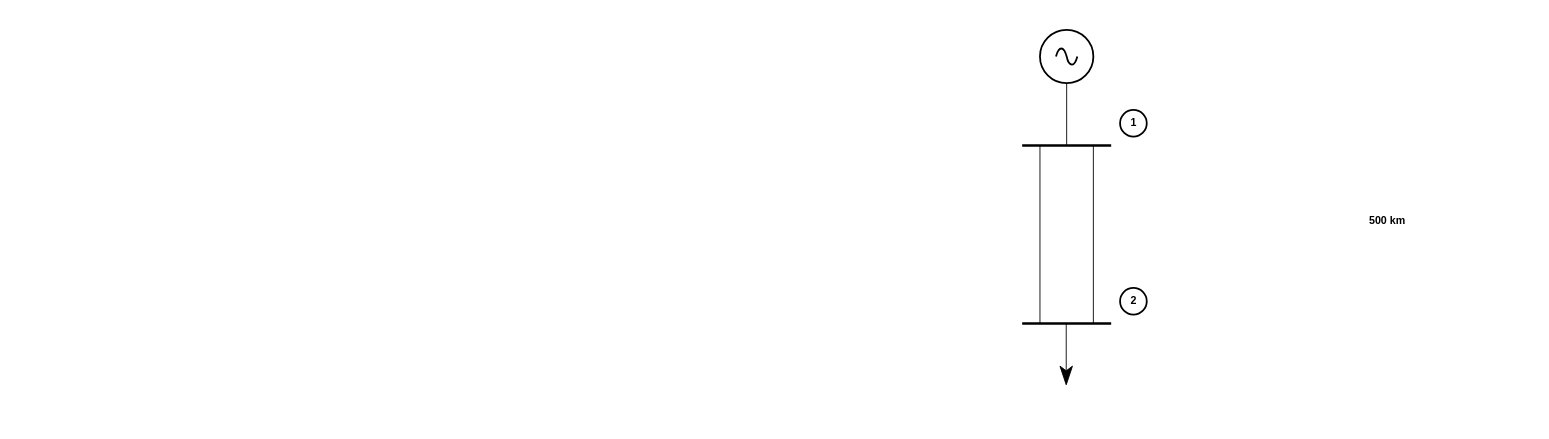
Above: Diagrama sin título.drawio in ALANRODRIGUEZA/G4A_SEP1-A_S12024 (draw.io), before the change. Source tidied: cells renumbered, new cells numbered last; positions are measured from the earlier drawing's top-left corner, leaving out a move shared by most shapes. Both pictures are drawn from the tidied source at 89%, with x=0, y=0 at pixel (1022, 29).
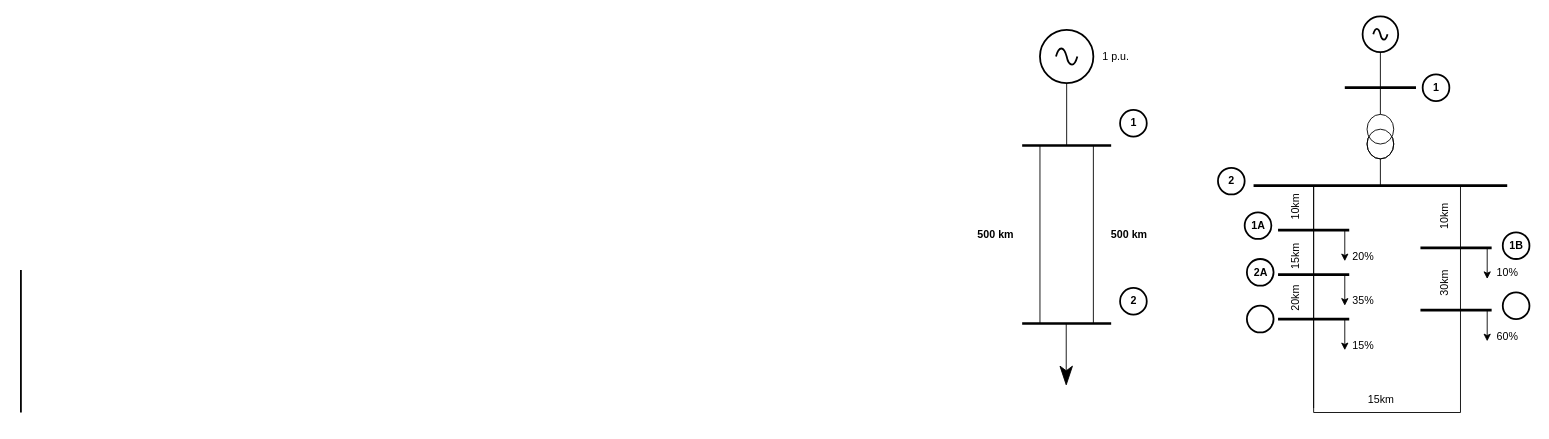
After the change.

Change to the diagram source:
```diff
@@
     <mxCell id="12" value="&lt;b&gt;500 km&lt;/b&gt;" style="text;html=1;align=center;verticalAlign=middle;strokeColor=none;fillColor=none;" parent="1" vertex="1">
-      <mxGeometry x="380" y="200" width="60" height="30" as="geometry" />
+      <mxGeometry x="90" y="215" width="60" height="30" as="geometry" />
     </mxCell>
+    <mxCell id="13" value="&lt;b&gt;500 km&lt;/b&gt;" style="text;html=1;align=center;verticalAlign=middle;strokeColor=none;fillColor=none;" parent="1" vertex="1">
+      <mxGeometry x="-60" y="215" width="60" height="30" as="geometry" />
+    </mxCell>
+    <mxCell id="14" value="1 p.u." style="text;html=1;align=center;verticalAlign=middle;strokeColor=none;fillColor=none;" parent="1" vertex="1">
+      <mxGeometry x="80" y="15" width="50" height="30" as="geometry" />
+    </mxCell>
+    <mxCell id="15" style="verticalLabelPosition=bottom;shadow=0;dashed=0;align=center;html=1;verticalAlign=top;shape=mxgraph.electrical.signal_sources.source;elSignalType=ac;strokeWidth=2;" parent="1" vertex="1">
+      <mxGeometry x="382.5" y="-15" width="40" height="40" as="geometry" />
+    </mxCell>
+    <mxCell id="16" style="endArrow=none;html=1;strokeWidth=3;rounded=0;curved=0;" parent="1" edge="1">
+      <mxGeometry relative="1" as="geometry">
+        <mxPoint x="260" y="175" as="sourcePoint" />
+        <mxPoint x="545" y="175" as="targetPoint" />
+        <Array as="points">
+          <mxPoint x="395" y="175" />
+        </Array>
+      </mxGeometry>
+    </mxCell>
+    <mxCell id="17" style="endArrow=none;html=1;strokeWidth=3;rounded=0;" parent="1" edge="1">
+      <mxGeometry relative="1" as="geometry">
+        <mxPoint x="287.5" y="225" as="sourcePoint" />
+        <mxPoint x="367.5" y="225" as="targetPoint" />
+      </mxGeometry>
+    </mxCell>
+    <mxCell id="18" style="endArrow=none;html=1;strokeWidth=3;rounded=0;" parent="1" edge="1">
+      <mxGeometry relative="1" as="geometry">
+        <mxPoint x="447.5" y="245" as="sourcePoint" />
+        <mxPoint x="527.5" y="245" as="targetPoint" />
+      </mxGeometry>
+    </mxCell>
+    <mxCell id="19" style="endArrow=none;html=1;strokeWidth=3;rounded=0;" parent="1" edge="1">
+      <mxGeometry relative="1" as="geometry">
+        <mxPoint x="362.5" y="65" as="sourcePoint" />
+        <mxPoint x="442.5" y="65" as="targetPoint" />
+      </mxGeometry>
+    </mxCell>
+    <mxCell id="20" style="endArrow=none;html=1;strokeWidth=3;rounded=0;" parent="1" edge="1">
+      <mxGeometry relative="1" as="geometry">
+        <mxPoint x="447.5" y="315" as="sourcePoint" />
+        <mxPoint x="527.5" y="315" as="targetPoint" />
+      </mxGeometry>
+    </mxCell>
+    <mxCell id="21" style="endArrow=none;html=1;strokeWidth=3;rounded=0;" parent="1" edge="1">
+      <mxGeometry relative="1" as="geometry">
+        <mxPoint x="287.5" y="325" as="sourcePoint" />
+        <mxPoint x="367.5" y="325" as="targetPoint" />
+      </mxGeometry>
+    </mxCell>
+    <mxCell id="22" style="endArrow=none;html=1;strokeWidth=3;rounded=0;" parent="1" edge="1">
+      <mxGeometry relative="1" as="geometry">
+        <mxPoint x="287.5" y="275" as="sourcePoint" />
+        <mxPoint x="367.5" y="275" as="targetPoint" />
+      </mxGeometry>
+    </mxCell>
+    <mxCell id="23" style="line;strokeWidth=1;direction=south;html=1;" parent="1" vertex="1">
+      <mxGeometry x="397.5" y="25" width="10" height="40" as="geometry" />
+    </mxCell>
+    <mxCell id="24" style="verticalLabelPosition=bottom;shadow=0;dashed=0;align=center;html=1;verticalAlign=top;shape=mxgraph.electrical.signal_sources.current_source;" parent="1" vertex="1">
+      <mxGeometry x="387.5" y="95" width="30" height="50" as="geometry" />
+    </mxCell>
+    <mxCell id="25" style="line;strokeWidth=1;direction=south;html=1;" parent="1" vertex="1">
+      <mxGeometry x="397.5" y="65" width="10" height="30" as="geometry" />
+    </mxCell>
+    <mxCell id="26" style="line;strokeWidth=1;direction=south;html=1;" parent="1" vertex="1">
+      <mxGeometry x="397.5" y="145" width="10" height="30" as="geometry" />
+    </mxCell>
+    <mxCell id="27" style="line;strokeWidth=1;direction=south;html=1;" parent="1" vertex="1">
+      <mxGeometry x="322.5" y="175" width="10" height="50" as="geometry" />
+    </mxCell>
+    <mxCell id="28" style="line;strokeWidth=1;direction=south;html=1;" parent="1" vertex="1">
+      <mxGeometry x="322.5" y="225" width="10" height="50" as="geometry" />
+    </mxCell>
+    <mxCell id="29" style="line;strokeWidth=1;direction=south;html=1;" parent="1" vertex="1">
+      <mxGeometry x="322.5" y="275" width="10" height="50" as="geometry" />
+    </mxCell>
+    <mxCell id="30" style="edgeStyle=none;orthogonalLoop=1;jettySize=auto;html=1;rounded=0;" parent="1" edge="1">
+      <mxGeometry relative="1" as="geometry">
+        <mxPoint x="362.5" y="225" as="sourcePoint" />
+        <mxPoint x="362.5" y="260" as="targetPoint" />
+      </mxGeometry>
+    </mxCell>
+    <mxCell id="31" style="edgeStyle=none;orthogonalLoop=1;jettySize=auto;html=1;rounded=0;" parent="1" edge="1">
+      <mxGeometry relative="1" as="geometry">
+        <mxPoint x="362.5" y="275" as="sourcePoint" />
+        <mxPoint x="362.5" y="310" as="targetPoint" />
+      </mxGeometry>
+    </mxCell>
+    <mxCell id="32" style="edgeStyle=none;orthogonalLoop=1;jettySize=auto;html=1;rounded=0;" parent="1" edge="1">
+      <mxGeometry relative="1" as="geometry">
+        <mxPoint x="362.5" y="325" as="sourcePoint" />
+        <mxPoint x="362.5" y="360" as="targetPoint" />
+      </mxGeometry>
+    </mxCell>
+    <mxCell id="33" style="edgeStyle=none;orthogonalLoop=1;jettySize=auto;html=1;rounded=0;" parent="1" edge="1">
+      <mxGeometry relative="1" as="geometry">
+        <mxPoint x="522.5" y="245" as="sourcePoint" />
+        <mxPoint x="522.5" y="280" as="targetPoint" />
+      </mxGeometry>
+    </mxCell>
+    <mxCell id="34" style="edgeStyle=none;orthogonalLoop=1;jettySize=auto;html=1;rounded=0;" parent="1" edge="1">
+      <mxGeometry relative="1" as="geometry">
+        <mxPoint x="522.5" y="315" as="sourcePoint" />
+        <mxPoint x="522.5" y="350" as="targetPoint" />
+      </mxGeometry>
+    </mxCell>
+    <mxCell id="35" style="line;strokeWidth=1;direction=south;html=1;" parent="1" vertex="1">
+      <mxGeometry x="322.5" y="325" width="10" height="100" as="geometry" />
+    </mxCell>
+    <mxCell id="36" style="shape=partialRectangle;whiteSpace=wrap;html=1;bottom=1;right=1;left=1;top=0;fillColor=none;routingCenterX=-0.5;" parent="1" vertex="1">
+      <mxGeometry x="327.5" y="175" width="165" height="255" as="geometry" />
+    </mxCell>
+    <mxCell id="37" style="line;strokeWidth=2;direction=south;html=1;" parent="1" vertex="1">
+      <mxGeometry x="-1130" y="270" width="10" height="160" as="geometry" />
+    </mxCell>
+    <mxCell id="38" value="10km" style="text;html=1;align=center;verticalAlign=middle;strokeColor=none;fillColor=none;rotation=-90;" parent="1" vertex="1">
+      <mxGeometry x="282.5" y="185" width="50" height="30" as="geometry" />
+    </mxCell>
+    <mxCell id="39" value="15km&lt;div&gt;&lt;br&gt;&lt;/div&gt;" style="text;html=1;align=center;verticalAlign=middle;strokeColor=none;fillColor=none;rotation=-90;" parent="1" vertex="1">
+      <mxGeometry x="290" y="235" width="50" height="40" as="geometry" />
+    </mxCell>
+    <mxCell id="40" value="20km" style="text;html=1;align=center;verticalAlign=middle;strokeColor=none;fillColor=none;rotation=-90;" parent="1" vertex="1">
+      <mxGeometry x="282.5" y="287.5" width="50" height="30" as="geometry" />
+    </mxCell>
+    <mxCell id="41" value="15km&lt;div&gt;&lt;br&gt;&lt;/div&gt;" style="text;html=1;align=center;verticalAlign=middle;strokeColor=none;fillColor=none;" parent="1" vertex="1">
+      <mxGeometry x="377.5" y="403" width="50" height="40" as="geometry" />
+    </mxCell>
+    <mxCell id="42" value="30km" style="text;html=1;align=center;verticalAlign=middle;strokeColor=none;fillColor=none;rotation=-90;" parent="1" vertex="1">
+      <mxGeometry x="450" y="270" width="50" height="30" as="geometry" />
+    </mxCell>
+    <mxCell id="43" value="10km" style="text;html=1;align=center;verticalAlign=middle;strokeColor=none;fillColor=none;rotation=-90;" parent="1" vertex="1">
+      <mxGeometry x="450" y="195" width="50" height="30" as="geometry" />
+    </mxCell>
+    <mxCell id="44" value="20%" style="text;html=1;align=center;verticalAlign=middle;strokeColor=none;fillColor=none;" parent="1" vertex="1">
+      <mxGeometry x="357.5" y="240" width="50" height="30" as="geometry" />
+    </mxCell>
+    <mxCell id="45" value="60%" style="text;html=1;align=center;verticalAlign=middle;strokeColor=none;fillColor=none;" parent="1" vertex="1">
+      <mxGeometry x="520" y="330" width="50" height="30" as="geometry" />
+    </mxCell>
+    <mxCell id="46" value="15%" style="text;html=1;align=center;verticalAlign=middle;strokeColor=none;fillColor=none;" parent="1" vertex="1">
+      <mxGeometry x="357.5" y="340" width="50" height="30" as="geometry" />
+    </mxCell>
+    <mxCell id="47" value="10%" style="text;html=1;align=center;verticalAlign=middle;strokeColor=none;fillColor=none;" parent="1" vertex="1">
+      <mxGeometry x="520" y="257.5" width="50" height="30" as="geometry" />
+    </mxCell>
+    <mxCell id="48" value="35%" style="text;html=1;align=center;verticalAlign=middle;strokeColor=none;fillColor=none;" parent="1" vertex="1">
+      <mxGeometry x="357.5" y="290" width="50" height="30" as="geometry" />
+    </mxCell>
+    <mxCell id="49" style="verticalLabelPosition=bottom;shadow=0;dashed=0;align=center;html=1;verticalAlign=top;strokeWidth=2;shape=ellipse;" parent="1" vertex="1">
+      <mxGeometry x="450" y="50" width="30" height="30" as="geometry" />
+    </mxCell>
+    <mxCell id="50" style="verticalLabelPosition=bottom;shadow=0;dashed=0;align=center;html=1;verticalAlign=top;strokeWidth=2;shape=ellipse;" parent="1" vertex="1">
+      <mxGeometry x="220" y="155" width="30" height="30" as="geometry" />
+    </mxCell>
+    <mxCell id="51" style="verticalLabelPosition=bottom;shadow=0;dashed=0;align=center;html=1;verticalAlign=top;strokeWidth=2;shape=ellipse;" parent="1" vertex="1">
+      <mxGeometry x="250" y="205" width="30" height="30" as="geometry" />
+    </mxCell>
+    <mxCell id="52" style="verticalLabelPosition=bottom;shadow=0;dashed=0;align=center;html=1;verticalAlign=top;strokeWidth=2;shape=ellipse;" parent="1" vertex="1">
+      <mxGeometry x="252.5" y="257.5" width="30" height="30" as="geometry" />
+    </mxCell>
+    <mxCell id="53" style="verticalLabelPosition=bottom;shadow=0;dashed=0;align=center;html=1;verticalAlign=top;strokeWidth=2;shape=ellipse;" parent="1" vertex="1">
+      <mxGeometry x="252.5" y="310" width="30" height="30" as="geometry" />
+    </mxCell>
+    <mxCell id="54" style="verticalLabelPosition=bottom;shadow=0;dashed=0;align=center;html=1;verticalAlign=top;strokeWidth=2;shape=ellipse;" parent="1" vertex="1">
+      <mxGeometry x="540" y="227.5" width="30" height="30" as="geometry" />
+    </mxCell>
+    <mxCell id="55" style="verticalLabelPosition=bottom;shadow=0;dashed=0;align=center;html=1;verticalAlign=top;strokeWidth=2;shape=ellipse;" parent="1" vertex="1">
+      <mxGeometry x="540" y="295" width="30" height="30" as="geometry" />
+    </mxCell>
+    <mxCell id="56" value="&lt;b&gt;1&lt;/b&gt;" style="text;html=1;align=center;verticalAlign=middle;strokeColor=none;fillColor=none;" parent="1" vertex="1">
+      <mxGeometry x="450" y="50" width="30" height="30" as="geometry" />
+    </mxCell>
+    <mxCell id="57" value="&lt;b&gt;2&lt;/b&gt;" style="text;html=1;align=center;verticalAlign=middle;strokeColor=none;fillColor=none;" parent="1" vertex="1">
+      <mxGeometry x="220" y="155" width="30" height="30" as="geometry" />
+    </mxCell>
+    <mxCell id="58" value="&lt;b&gt;1A&lt;/b&gt;" style="text;html=1;align=center;verticalAlign=middle;strokeColor=none;fillColor=none;" parent="1" vertex="1">
+      <mxGeometry x="245" y="205" width="40" height="30" as="geometry" />
+    </mxCell>
+    <mxCell id="59" value="&lt;b&gt;1B&lt;/b&gt;" style="text;html=1;align=center;verticalAlign=middle;strokeColor=none;fillColor=none;" parent="1" vertex="1">
+      <mxGeometry x="535" y="227.5" width="40" height="30" as="geometry" />
+    </mxCell>
+    <mxCell id="60" value="&lt;b&gt;2A&lt;/b&gt;" style="text;html=1;align=center;verticalAlign=middle;strokeColor=none;fillColor=none;" parent="1" vertex="1">
+      <mxGeometry x="247.5" y="257.5" width="40" height="30" as="geometry" />
+    </mxCell>
```
